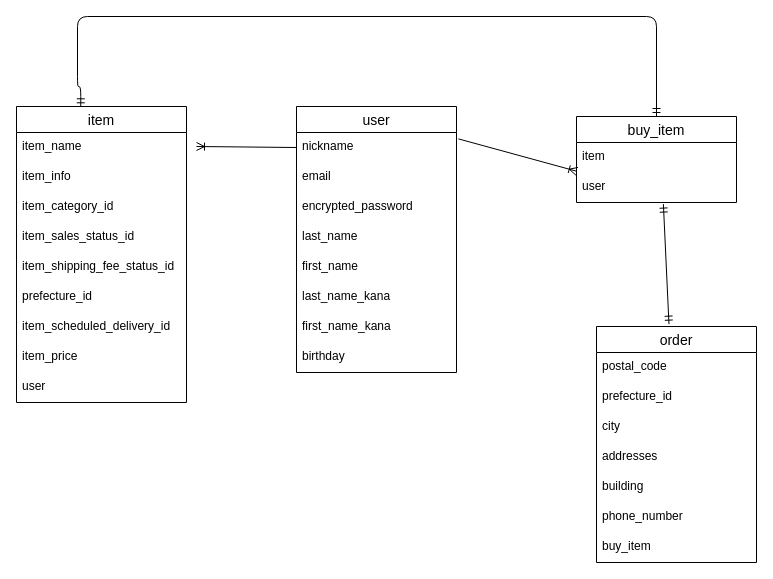
The draw.io diagram er.dio in D0lph1n25/furima-39574, before the edit. Source tidied: cells renumbered, new cells numbered last; positions are measured from the earlier drawing's top-left corner, leaving out a move shared by most shapes. Both pictures are drawn from the tidied source at 100%, with x=0, y=0 at pixel (16, 16).
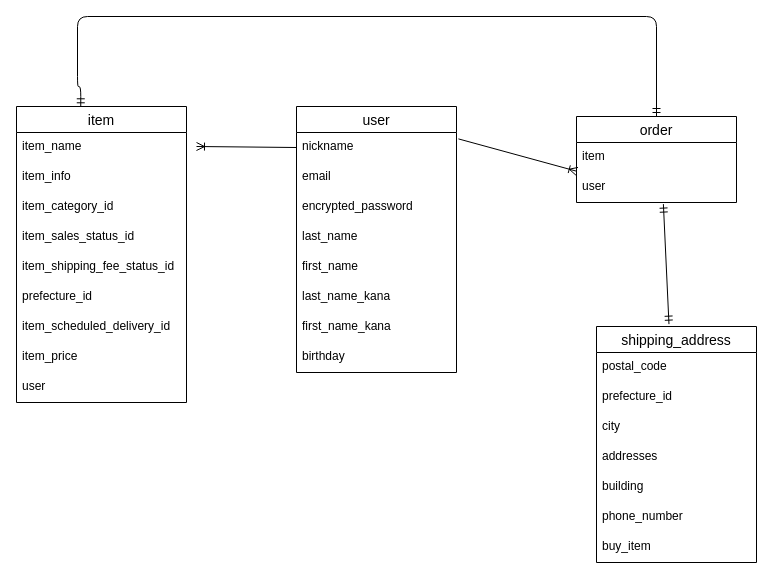
Above is the later version.

Diff of the diagram source:
```diff
@@
-    <mxCell id="21" value="order" style="swimlane;fontStyle=0;horizontal=1;startSize=26;align=center;fontSize=14;" parent="1" vertex="1">
+    <mxCell id="21" value="shipping_address" style="swimlane;fontStyle=0;horizontal=1;startSize=26;align=center;fontSize=14;" parent="1" vertex="1">
       <mxGeometry x="580" y="310" width="160" height="236" as="geometry" />
     </mxCell>
@@
-    <mxCell id="30" value="buy_item" style="swimlane;fontStyle=0;horizontal=1;startSize=26;align=center;fontSize=14;" parent="1" vertex="1">
+    <mxCell id="30" value="order" style="swimlane;fontStyle=0;horizontal=1;startSize=26;align=center;fontSize=14;" parent="1" vertex="1">
       <mxGeometry x="560" y="100" width="160" height="86" as="geometry" />
     </mxCell>
```
